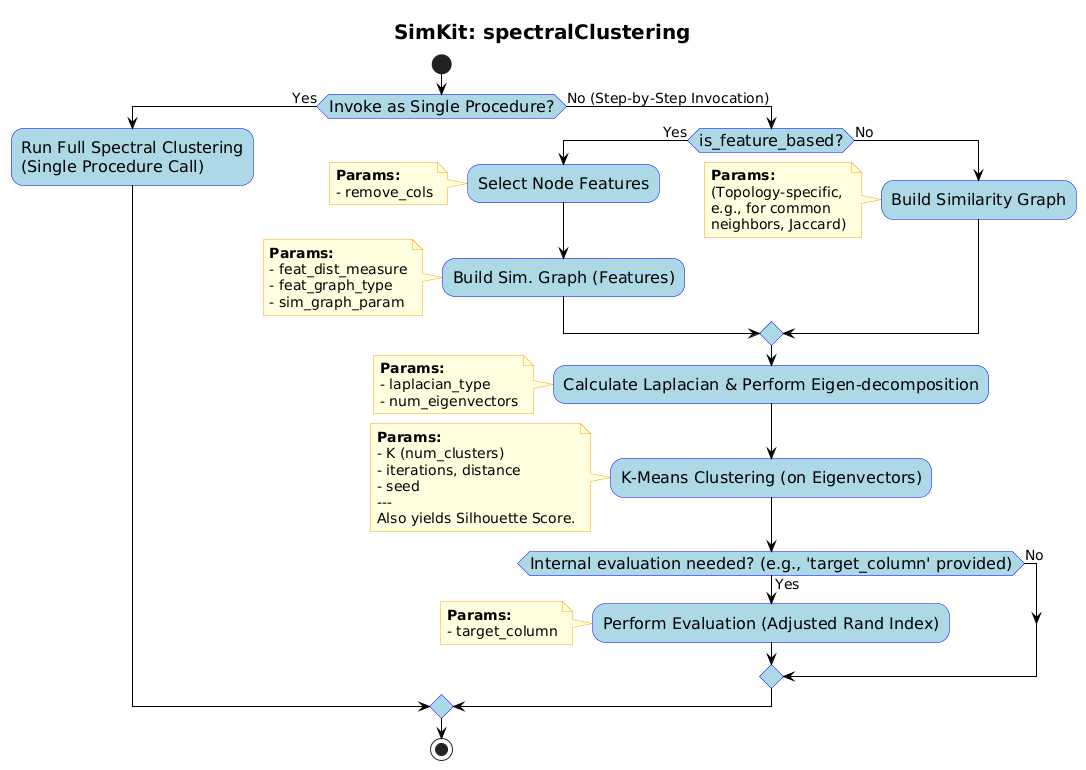
This is vis/activity_simkit.png from Graphistics/simkit, a PlantUML export, as it was before one commit.
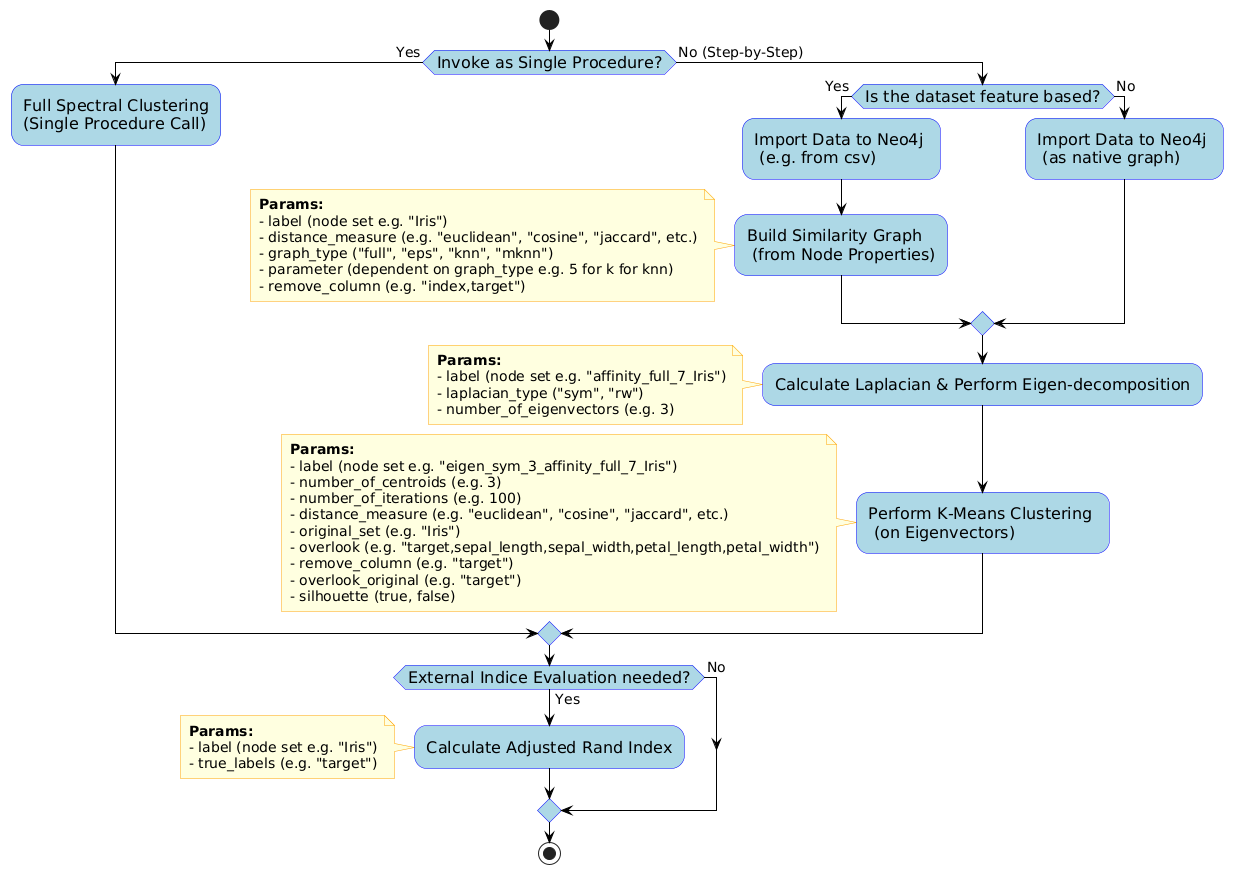
The same file after the commit.

Commit message:
Updated activity diagram

Diff of the diagram source:
```diff
@@ -1,6 +1,4 @@
 @startuml
-title SimKit: spectralClustering
-
 skinparam defaultFontSize 16
 skinparam activityFontSize 16
 skinparam noteFontSize 14
@@ -30,63 +28,61 @@
 
 skinparam nodesep 100
 skinparam ranksep 60
+skinparam padding 2
 
 start
 
 if (Invoke as Single Procedure?) then (Yes)
-  :Run Full Spectral Clustering\n(Single Procedure Call);
+  :Full Spectral Clustering\n(Single Procedure Call);
+else (No (Step-by-Step))
+  if (Is the dataset feature based?) then (Yes)
+    :Import Data to Neo4j \n (e.g. from csv);
 
-else (No (Step-by-Step Invocation))
-  if (is_feature_based?) then (Yes)
-    :Select Node Features;
+    :Build Similarity Graph \n (from Node Properties);
     note left
       **Params:**
-      - remove_cols
-    end note
-    :Build Sim. Graph (Features);
-    note left
-      **Params:**
-      - feat_dist_measure
-      - feat_graph_type
-      - sim_graph_param
+      - label (node set e.g. "Iris")
+      - distance_measure (e.g. "euclidean", "cosine", "jaccard", etc.)
+      - graph_type ("full", "eps", "knn", "mknn")
+      - parameter (dependent on graph_type e.g. 5 for k for knn)
+      - remove_column (e.g. "index,target")
     end note
   else (No)
-    :Build Similarity Graph;
-    note left
-      **Params:**
-      (Topology-specific,
-      e.g., for common
-      neighbors, Jaccard)
-    end note
+    :Import Data to Neo4j \n (as native graph);
   endif
 
   :Calculate Laplacian & Perform Eigen-decomposition;
   note left
     **Params:**
-    - laplacian_type
-    - num_eigenvectors
+    - label (node set e.g. "affinity_full_7_Iris")
+    - laplacian_type ("sym", "rw")
+    - number_of_eigenvectors (e.g. 3)
   end note
 
-  :K-Means Clustering (on Eigenvectors);
+  :Perform K-Means Clustering \n (on Eigenvectors);
   note left
     **Params:**
-    - K (num_clusters)
-    - iterations, distance
-    - seed
-    ---
-    Also yields Silhouette Score.
+    - label (node set e.g. "eigen_sym_3_affinity_full_7_Iris")
+    - number_of_centroids (e.g. 3)
+    - number_of_iterations (e.g. 100)
+    - distance_measure (e.g. "euclidean", "cosine", "jaccard", etc.)
+    - original_set (e.g. "Iris")
+    - overlook (e.g. "target,sepal_length,sepal_width,petal_length,petal_width")
+    - remove_column (e.g. "target")
+    - overlook_original (e.g. "target")
+    - silhouette (true, false)
   end note
-
-  if (Internal evaluation needed? (e.g., 'target_column' provided)) then (Yes)
-    :Perform Evaluation (Adjusted Rand Index);
-    note left
-      **Params:**
-      - target_column
-    end note
-  else (No)
-  endif
 endif
 
+if (External Indice Evaluation needed?) then (Yes)
+  :Calculate Adjusted Rand Index;
+  note left
+    **Params:**
+    - label (node set e.g. "Iris")
+    - true_labels (e.g. "target")
+  end note
+else (No)
+endif
 
 stop
 @enduml
```
